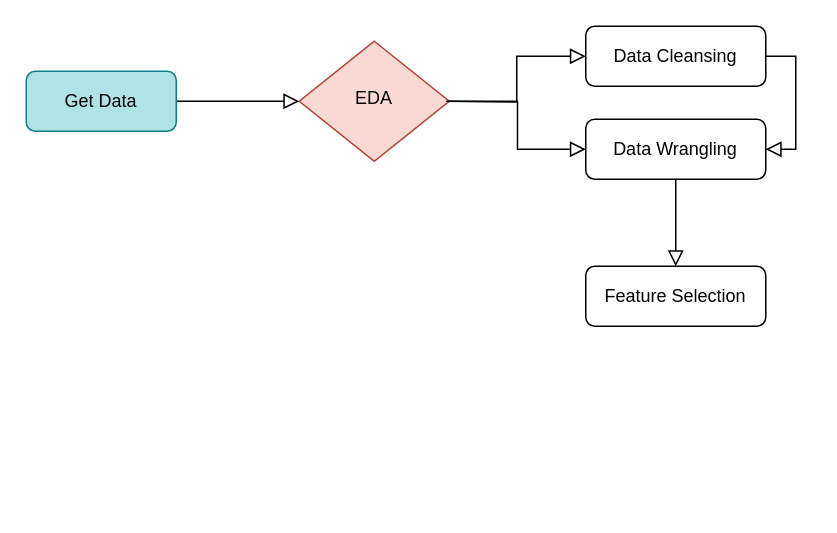
This is DSM_flowchart.drawio from Agredalopez/DSDP_Python, a draw.io file, before an edit. Source tidied: cells renumbered, new cells numbered last; positions are measured from the earlier drawing's top-left corner, leaving out a move shared by most shapes. Both pictures are drawn from the tidied source at 150%, with x=0, y=0 at pixel (26, 26).
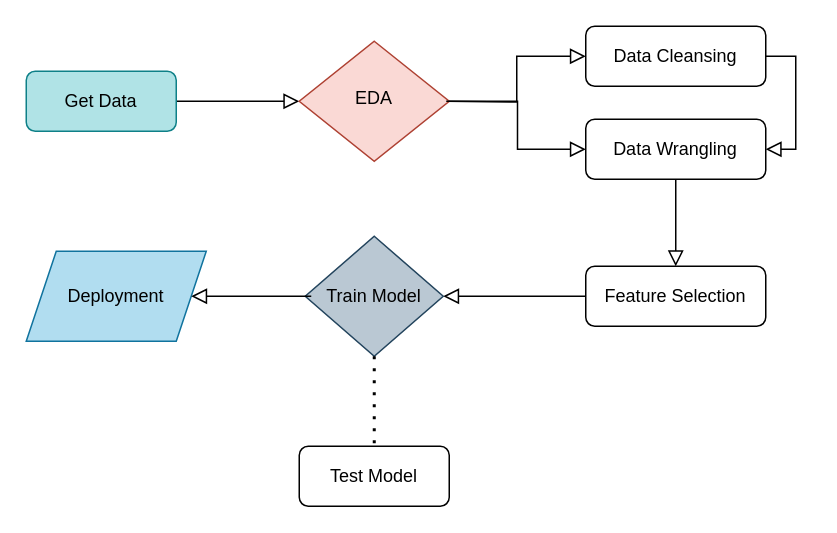
The same diagram, later.

What changed in the source:
```diff
@@
 <mxGraphModel>
   <root>
     <mxCell id="0" />
     <mxCell id="1" parent="0" />
     <mxCell id="2" style="rounded=0;html=1;jettySize=auto;fontSize=11;endArrow=block;endFill=0;endSize=8;strokeWidth=1;shadow=0;labelBackgroundColor=none;edgeStyle=orthogonalEdgeStyle;exitX=1;exitY=0.5;exitDx=0;exitDy=0;" parent="1" edge="1" source="3" target="4">
       <mxGeometry relative="1" as="geometry" />
     </mxCell>
     <mxCell id="3" value="Get Data" style="rounded=1;whiteSpace=wrap;html=1;fontSize=12;glass=0;strokeWidth=1;shadow=0;fillColor=#b0e3e6;strokeColor=#0e8088;" parent="1" vertex="1">
       <mxGeometry y="30" width="100" height="40" as="geometry" />
     </mxCell>
     <mxCell id="4" value="EDA" style="rhombus;whiteSpace=wrap;html=1;shadow=0;fontFamily=Helvetica;fontSize=12;align=center;strokeWidth=1;spacing=6;spacingTop=-4;fillColor=#fad9d5;strokeColor=#ae4132;" parent="1" vertex="1">
       <mxGeometry x="182" y="10" width="100" height="80" as="geometry" />
     </mxCell>
     <mxCell id="5" value="Data Cleansing" style="rounded=1;whiteSpace=wrap;html=1;fontSize=12;glass=0;strokeWidth=1;shadow=0;" parent="1" vertex="1">
       <mxGeometry x="373" width="120" height="40" as="geometry" />
     </mxCell>
     <mxCell id="6" value="Feature Selection" style="rounded=1;whiteSpace=wrap;html=1;fontSize=12;glass=0;strokeWidth=1;shadow=0;" parent="1" vertex="1">
       <mxGeometry x="373" y="160" width="120" height="40" as="geometry" />
     </mxCell>
     <mxCell id="7" value="Data Wrangling" style="rounded=1;whiteSpace=wrap;html=1;fontSize=12;glass=0;strokeWidth=1;shadow=0;" parent="1" vertex="1">
       <mxGeometry x="373" y="62" width="120" height="40" as="geometry" />
     </mxCell>
     <mxCell id="8" style="rounded=0;html=1;jettySize=auto;fontSize=11;endArrow=block;endFill=0;endSize=8;strokeWidth=1;shadow=0;labelBackgroundColor=none;edgeStyle=orthogonalEdgeStyle;entryX=0;entryY=0.5;entryDx=0;entryDy=0;" parent="1" edge="1" target="5">
       <mxGeometry relative="1" as="geometry">
         <mxPoint x="280" y="50" as="sourcePoint" />
       </mxGeometry>
     </mxCell>
     <mxCell id="9" style="rounded=0;html=1;jettySize=auto;fontSize=11;endArrow=block;endFill=0;endSize=8;strokeWidth=1;shadow=0;labelBackgroundColor=none;edgeStyle=orthogonalEdgeStyle;entryX=0;entryY=0.5;entryDx=0;entryDy=0;exitX=1;exitY=0.5;exitDx=0;exitDy=0;" parent="1" edge="1" source="4" target="7">
       <mxGeometry relative="1" as="geometry" />
     </mxCell>
     <mxCell id="10" style="rounded=0;html=1;jettySize=auto;fontSize=11;endArrow=block;endFill=0;endSize=8;strokeWidth=1;shadow=0;labelBackgroundColor=none;edgeStyle=orthogonalEdgeStyle;exitX=1;exitY=0.5;exitDx=0;exitDy=0;entryX=1;entryY=0.5;entryDx=0;entryDy=0;" parent="1" edge="1" source="5" target="7">
       <mxGeometry relative="1" as="geometry" />
     </mxCell>
     <mxCell id="11" style="rounded=0;html=1;jettySize=auto;fontSize=11;endArrow=block;endFill=0;endSize=8;strokeWidth=1;shadow=0;labelBackgroundColor=none;edgeStyle=orthogonalEdgeStyle;exitX=0.5;exitY=1;exitDx=0;exitDy=0;entryX=0.5;entryY=0;entryDx=0;entryDy=0;" parent="1" edge="1" source="7" target="6">
       <mxGeometry relative="1" as="geometry" />
     </mxCell>
+    <mxCell id="12" style="rounded=0;html=1;jettySize=auto;fontSize=11;endArrow=block;endFill=0;endSize=8;strokeWidth=1;shadow=0;labelBackgroundColor=none;edgeStyle=orthogonalEdgeStyle;exitX=0;exitY=0.5;exitDx=0;exitDy=0;entryX=1;entryY=0.5;entryDx=0;entryDy=0;" parent="1" edge="1" source="6" target="13">
+      <mxGeometry relative="1" as="geometry" />
+    </mxCell>
+    <mxCell id="13" value="Train Model" style="rhombus;whiteSpace=wrap;html=1;fillColor=#bac8d3;strokeColor=#23445d;" parent="1" vertex="1">
+      <mxGeometry x="186" y="140" width="92" height="80" as="geometry" />
+    </mxCell>
+    <mxCell id="14" style="endArrow=none;dashed=1;html=1;dashPattern=1 3;strokeWidth=2;exitX=0.5;exitY=1;exitDx=0;exitDy=0;entryX=0.5;entryY=0;entryDx=0;entryDy=0;" parent="1" edge="1" source="13" target="15">
+      <mxGeometry relative="1" as="geometry" />
+    </mxCell>
+    <mxCell id="15" value="Test Model" style="rounded=1;whiteSpace=wrap;html=1;" parent="1" vertex="1">
+      <mxGeometry x="182" y="280" width="100" height="40" as="geometry" />
+    </mxCell>
+    <mxCell id="16" value="Deployment" style="shape=parallelogram;perimeter=parallelogramPerimeter;whiteSpace=wrap;html=1;fixedSize=1;strokeColor=#10739e;fillColor=#b1ddf0;" parent="1" vertex="1">
+      <mxGeometry y="150" width="120" height="60" as="geometry" />
+    </mxCell>
+    <mxCell id="17" style="rounded=0;html=1;jettySize=auto;orthogonalLoop=1;fontSize=11;endArrow=block;endFill=0;endSize=8;strokeWidth=1;shadow=0;labelBackgroundColor=none;edgeStyle=orthogonalEdgeStyle;entryX=1;entryY=0.5;entryDx=0;entryDy=0;" parent="1" edge="1">
+      <mxGeometry relative="1" as="geometry">
+        <mxPoint x="190" y="180" as="sourcePoint" />
+        <mxPoint x="110" y="180" as="targetPoint" />
+      </mxGeometry>
+    </mxCell>
   </root>
 </mxGraphModel>
```
